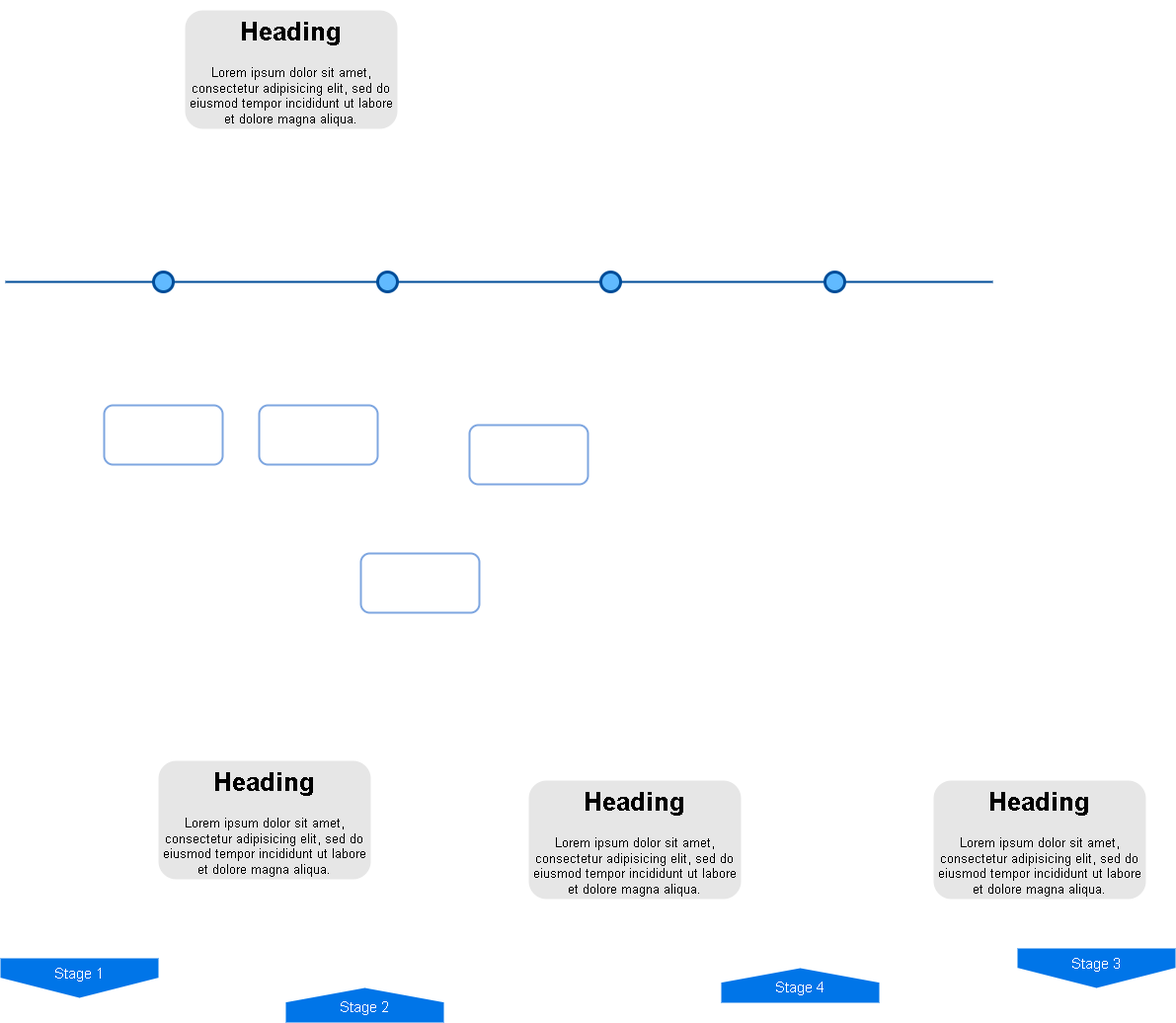
Before: CgoPro业务总线.drawio.png, a diagram exported from draw.io (xktder/draw). Source tidied: cells renumbered, new cells last; positions are measured from the earlier drawing's top-left corner, leaving out a move shared by most shapes.
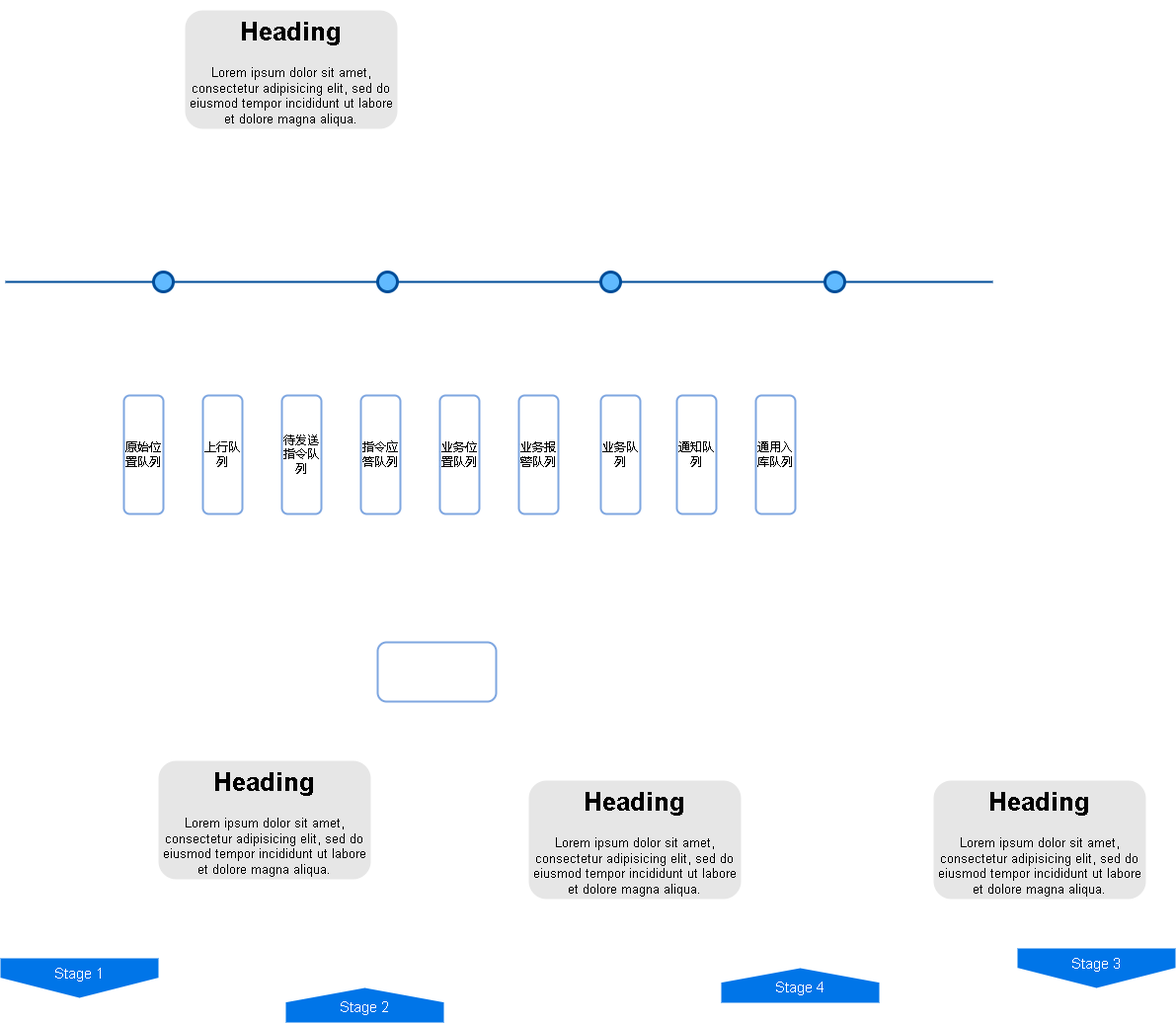
Later version of the same file.

Commit message:
更新CgoPro业务总线.drawio.png

The edit, as a diff of the source:
```diff
@@ -41,17 +41,35 @@
     <mxCell id="14" value="&lt;h1&gt;Heading&lt;/h1&gt;&lt;p&gt;Lorem ipsum dolor sit amet, consectetur adipisicing elit, sed do eiusmod tempor incididunt ut labore et dolore magna aliqua.&lt;/p&gt;" style="text;html=1;spacing=5;spacingTop=-20;whiteSpace=wrap;overflow=hidden;strokeColor=none;strokeWidth=3;fillColor=#E6E6E6;fontSize=13;fontColor=#000000;align=center;rounded=1;" parent="1" vertex="1">
       <mxGeometry x="535" y="780" width="215" height="120" as="geometry" />
     </mxCell>
-    <mxCell id="15" style="rounded=1;whiteSpace=wrap;html=1;strokeWidth=2;strokeColor=#7EA6E0;" parent="1" vertex="1">
-      <mxGeometry x="105" y="400" width="120" height="60" as="geometry" />
+    <mxCell id="15" value="原始位置队列" style="rounded=1;whiteSpace=wrap;html=1;strokeWidth=2;strokeColor=#7EA6E0;" parent="1" vertex="1">
+      <mxGeometry x="125" y="390" width="40" height="120" as="geometry" />
     </mxCell>
-    <mxCell id="16" style="rounded=1;whiteSpace=wrap;html=1;strokeWidth=2;strokeColor=#7EA6E0;" parent="1" vertex="1">
-      <mxGeometry x="262" y="400" width="120" height="60" as="geometry" />
+    <mxCell id="16" value="上行队列" style="rounded=1;whiteSpace=wrap;html=1;strokeWidth=2;strokeColor=#7EA6E0;" parent="1" vertex="1">
+      <mxGeometry x="205" y="390" width="40" height="120" as="geometry" />
     </mxCell>
-    <mxCell id="17" style="rounded=1;whiteSpace=wrap;html=1;strokeWidth=2;strokeColor=#7EA6E0;" parent="1" vertex="1">
-      <mxGeometry x="475" y="420" width="120" height="60" as="geometry" />
+    <mxCell id="17" value="待发送指令队列" style="rounded=1;whiteSpace=wrap;html=1;strokeWidth=2;strokeColor=#7EA6E0;" parent="1" vertex="1">
+      <mxGeometry x="285" y="390" width="40" height="120" as="geometry" />
     </mxCell>
     <mxCell id="18" style="rounded=1;whiteSpace=wrap;html=1;strokeWidth=2;strokeColor=#7EA6E0;" parent="1" vertex="1">
-      <mxGeometry x="365" y="550" width="120" height="60" as="geometry" />
+      <mxGeometry x="382" y="640" width="120" height="60" as="geometry" />
     </mxCell>
+    <mxCell id="19" value="指令应答队列" style="rounded=1;whiteSpace=wrap;html=1;strokeWidth=2;strokeColor=#7EA6E0;" parent="1" vertex="1">
+      <mxGeometry x="365" y="390" width="40" height="120" as="geometry" />
+    </mxCell>
+    <mxCell id="20" value="业务位置队列" style="rounded=1;whiteSpace=wrap;html=1;strokeWidth=2;strokeColor=#7EA6E0;" parent="1" vertex="1">
+      <mxGeometry x="445" y="390" width="40" height="120" as="geometry" />
+    </mxCell>
+    <mxCell id="21" value="业务报警队列" style="rounded=1;whiteSpace=wrap;html=1;strokeWidth=2;strokeColor=#7EA6E0;" parent="1" vertex="1">
+      <mxGeometry x="525" y="390" width="40" height="120" as="geometry" />
+    </mxCell>
+    <mxCell id="22" value="业务队列" style="rounded=1;whiteSpace=wrap;html=1;strokeWidth=2;strokeColor=#7EA6E0;" parent="1" vertex="1">
+      <mxGeometry x="608" y="390" width="40" height="120" as="geometry" />
+    </mxCell>
+    <mxCell id="23" value="通知队列" style="rounded=1;whiteSpace=wrap;html=1;strokeWidth=2;strokeColor=#7EA6E0;" parent="1" vertex="1">
+      <mxGeometry x="685" y="390" width="40" height="120" as="geometry" />
+    </mxCell>
+    <mxCell id="24" value="通用入库队列" style="rounded=1;whiteSpace=wrap;html=1;strokeWidth=2;strokeColor=#7EA6E0;" parent="1" vertex="1">
+      <mxGeometry x="765" y="390" width="40" height="120" as="geometry" />
+    </mxCell>
   </root>
 </mxGraphModel>
```
